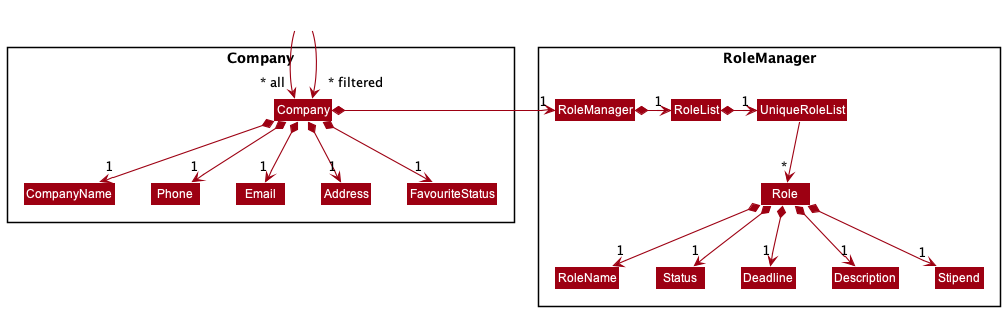
nus-cs2103-AY2122S2/tp keeps this PlantUML diagram as docs/images/CompanyRoleManagerClassDiagram.png. Above is the earlier version. The source it was exported from:
```plantuml
@startuml
!include style.puml
skinparam arrowThickness 1.1
skinparam arrowColor MODEL_COLOR
skinparam classBackgroundColor MODEL_COLOR


Package Company\n <<Rectangle>>{
Class Company
Class CompanyName
Class Phone
Class Email
Class Address
Class FavouriteStatus
}

Package RoleManager\n <<Rectangle>> {
Class RoleManager
Class RoleList
Class UniqueRoleList
Class Role
Class RoleName
Class Status
Class Deadline
Class Description
Class Stipend
}


Class HiddenOutside #FFFFFF
HiddenOutside --> "~* all" Company
HiddenOutside --> "~* filtered" Company
Company *-right-> "1" RoleManager
Company *--> "1" Address
Company *--> "1" CompanyName
Company *--> "1" Phone
Company *--> "1" Email
Company *--> "1" FavouriteStatus

RoleManager *-right-> "1" RoleList
RoleList *-right-> "1" UniqueRoleList
UniqueRoleList --> "*" Role
Role *--> "1" RoleName
Role *--> "1" Description
Role *--> "1" Deadline
Role *--> "1" Status
Role *--> "1" Stipend

@enduml
```
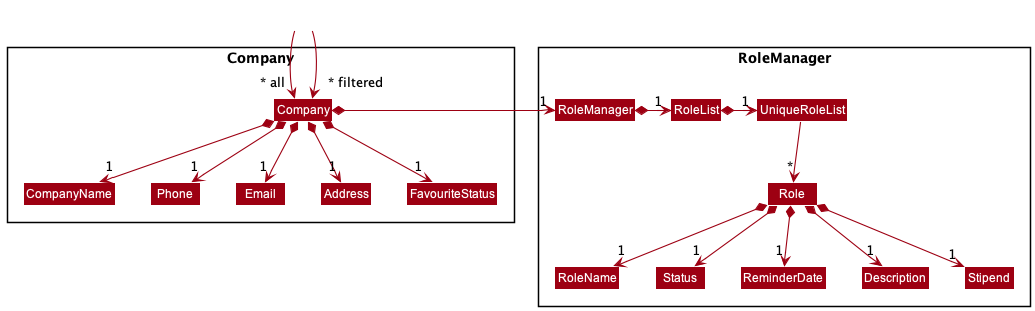
After the commit.

The edit, as a diff of the source:
```diff
@@ -21,7 +21,7 @@
 Class Role
 Class RoleName
 Class Status
-Class Deadline
+Class ReminderDate
 Class Description
 Class Stipend
 }
@@ -42,7 +42,7 @@
 UniqueRoleList --> "*" Role
 Role *--> "1" RoleName
 Role *--> "1" Description
-Role *--> "1" Deadline
+Role *--> "1" ReminderDate
 Role *--> "1" Status
 Role *--> "1" Stipend
 
```
